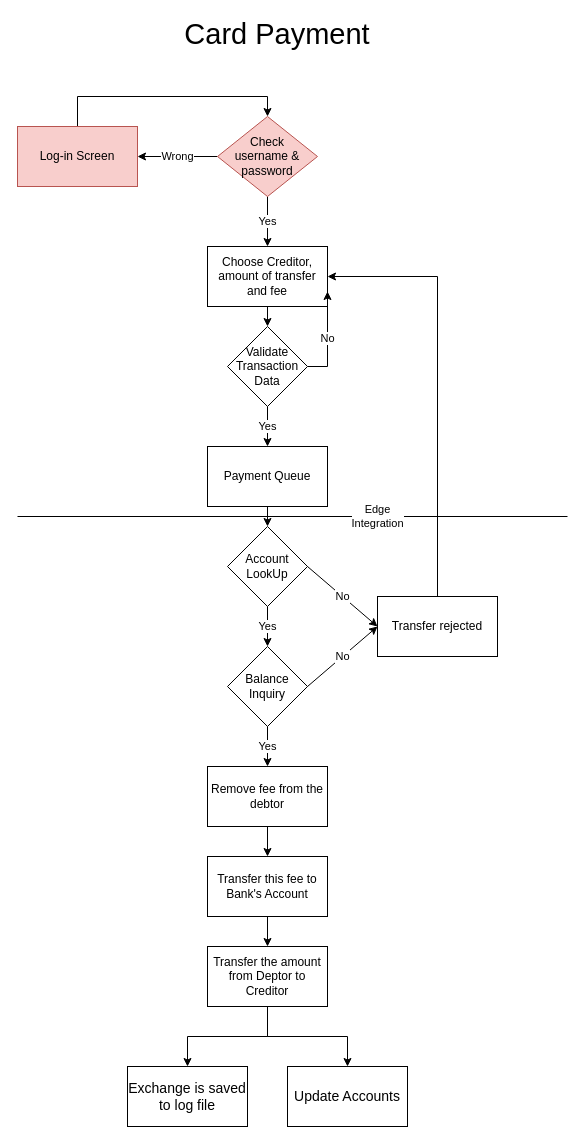
This is page "Payment" (1 of 2) of Fintech-Java-Diagram.drawio from Alexander92j/Fintech-PF7-Team5, a draw.io file, before an edit. Source tidied: cells renumbered, new cells numbered last; positions are measured from the earlier drawing's top-left corner, leaving out a move shared by most shapes. Both pictures are drawn from the tidied source at 100%, with x=0, y=0 at pixel (17, 19).
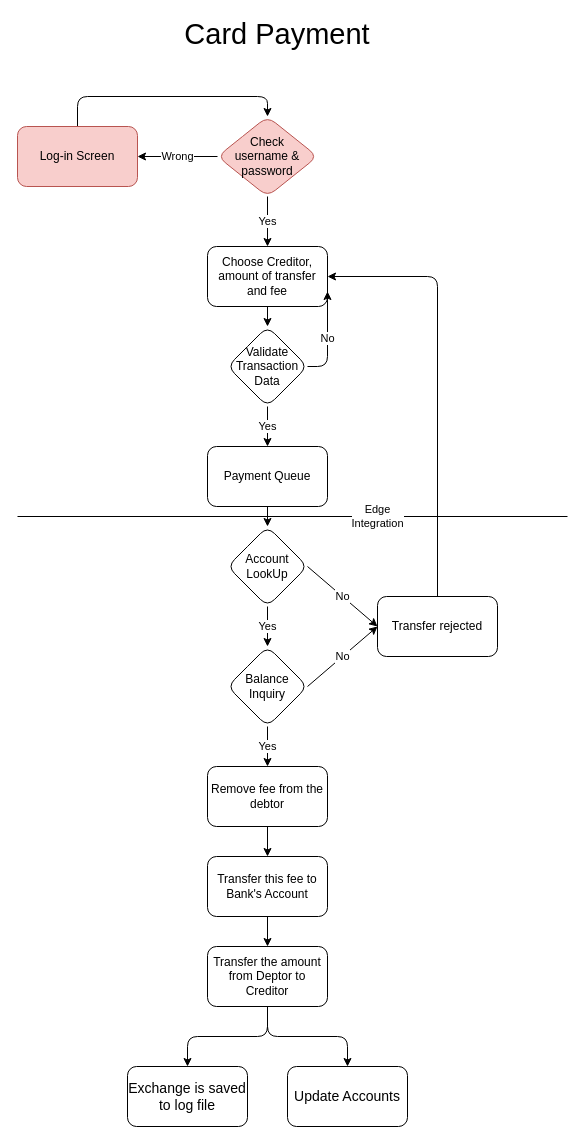
After the change.

Change to the diagram source:
```diff
@@
-    <mxCell id="2" style="edgeStyle=orthogonalEdgeStyle;rounded=0;jettySize=auto;html=1;exitX=0.5;exitY=1;exitDx=0;exitDy=0;entryX=0.5;entryY=0;entryDx=0;entryDy=0;" parent="1" edge="1" source="3" target="24">
+    <mxCell id="2" style="edgeStyle=orthogonalEdgeStyle;rounded=1;jettySize=auto;html=1;exitX=0.5;exitY=1;exitDx=0;exitDy=0;entryX=0.5;entryY=0;entryDx=0;entryDy=0;" parent="1" edge="1" source="3" target="24">
       <mxGeometry relative="1" as="geometry" />
     </mxCell>
-    <mxCell id="3" value="&lt;span style=&quot;font-family: &amp;#34;helvetica&amp;#34;&quot;&gt;Choose Creditor, amount of transfer and fee&lt;/span&gt;" style="rounded=0;whiteSpace=wrap;html=1;" parent="1" vertex="1">
+    <mxCell id="3" value="&lt;span style=&quot;font-family: &amp;#34;helvetica&amp;#34;&quot;&gt;Choose Creditor, amount of transfer and fee&lt;/span&gt;" style="rounded=1;whiteSpace=wrap;html=1;" parent="1" vertex="1">
       <mxGeometry x="190" y="227" width="120" height="60" as="geometry" />
     </mxCell>
-    <mxCell id="4" style="edgeStyle=orthogonalEdgeStyle;rounded=0;jettySize=auto;html=1;" parent="1" edge="1" source="6" target="9">
+    <mxCell id="4" style="edgeStyle=orthogonalEdgeStyle;rounded=1;jettySize=auto;html=1;" parent="1" edge="1" source="6" target="9">
       <mxGeometry relative="1" as="geometry" />
     </mxCell>
-    <mxCell id="5" style="edgeStyle=orthogonalEdgeStyle;rounded=0;jettySize=auto;html=1;" parent="1" edge="1" source="6" target="10">
+    <mxCell id="5" style="edgeStyle=orthogonalEdgeStyle;rounded=1;jettySize=auto;html=1;" parent="1" edge="1" source="6" target="10">
       <mxGeometry relative="1" as="geometry" />
     </mxCell>
-    <mxCell id="6" value="Transfer the amount from Deptor to Creditor" style="whiteSpace=wrap;html=1;" parent="1" vertex="1">
+    <mxCell id="6" value="Transfer the amount from Deptor to Creditor" style="whiteSpace=wrap;html=1;rounded=1;" parent="1" vertex="1">
       <mxGeometry x="190" y="927" width="120" height="60" as="geometry" />
     </mxCell>
-    <mxCell id="7" style="edgeStyle=orthogonalEdgeStyle;rounded=0;jettySize=auto;html=1;exitX=0.5;exitY=0;exitDx=0;exitDy=0;entryX=1;entryY=0.5;entryDx=0;entryDy=0;" parent="1" edge="1" source="8" target="3">
+    <mxCell id="7" style="edgeStyle=orthogonalEdgeStyle;rounded=1;jettySize=auto;html=1;exitX=0.5;exitY=0;exitDx=0;exitDy=0;entryX=1;entryY=0.5;entryDx=0;entryDy=0;" parent="1" edge="1" source="8" target="3">
       <mxGeometry relative="1" as="geometry" />
     </mxCell>
-    <mxCell id="8" value="Transfer rejected" style="whiteSpace=wrap;html=1;" parent="1" vertex="1">
+    <mxCell id="8" value="Transfer rejected" style="whiteSpace=wrap;html=1;rounded=1;" parent="1" vertex="1">
       <mxGeometry x="360" y="577" width="120" height="60" as="geometry" />
     </mxCell>
-    <mxCell id="9" value="&lt;font style=&quot;font-size: 14px&quot;&gt;&lt;span style=&quot;font-family: &amp;#34;arial&amp;#34; ; color: rgb(0 , 0 , 0) ; background-color: transparent ; font-style: normal ; font-variant: normal ; text-decoration: none ; vertical-align: baseline&quot;&gt;Exchange is saved to log file&lt;/span&gt;&lt;/font&gt;" style="whiteSpace=wrap;html=1;" parent="1" vertex="1">
+    <mxCell id="9" value="&lt;font style=&quot;font-size: 14px&quot;&gt;&lt;span style=&quot;font-family: &amp;#34;arial&amp;#34; ; color: rgb(0 , 0 , 0) ; background-color: transparent ; font-style: normal ; font-variant: normal ; text-decoration: none ; vertical-align: baseline&quot;&gt;Exchange is saved to log file&lt;/span&gt;&lt;/font&gt;" style="whiteSpace=wrap;html=1;rounded=1;" parent="1" vertex="1">
       <mxGeometry x="110" y="1047" width="120" height="60" as="geometry" />
     </mxCell>
-    <mxCell id="10" value="&lt;font style=&quot;font-size: 14px&quot;&gt;Update Accounts&lt;/font&gt;" style="whiteSpace=wrap;html=1;" parent="1" vertex="1">
+    <mxCell id="10" value="&lt;font style=&quot;font-size: 14px&quot;&gt;Update Accounts&lt;/font&gt;" style="whiteSpace=wrap;html=1;rounded=1;" parent="1" vertex="1">
       <mxGeometry x="270" y="1047" width="120" height="60" as="geometry" />
     </mxCell>
-    <mxCell id="11" value="Payment Queue" style="whiteSpace=wrap;html=1;rounded=0;" parent="1" vertex="1">
+    <mxCell id="11" value="Payment Queue" style="whiteSpace=wrap;html=1;rounded=1;" parent="1" vertex="1">
       <mxGeometry x="190" y="427" width="120" height="60" as="geometry" />
     </mxCell>
-    <mxCell id="12" value="Account LookUp" style="rhombus;whiteSpace=wrap;html=1;" parent="1" vertex="1">
+    <mxCell id="12" value="Account LookUp" style="rhombus;whiteSpace=wrap;html=1;rounded=1;" parent="1" vertex="1">
       <mxGeometry x="210" y="507" width="80" height="80" as="geometry" />
     </mxCell>
-    <mxCell id="13" value="Balance Inquiry" style="rhombus;whiteSpace=wrap;html=1;" parent="1" vertex="1">
+    <mxCell id="13" value="Balance Inquiry" style="rhombus;whiteSpace=wrap;html=1;rounded=1;" parent="1" vertex="1">
       <mxGeometry x="210" y="627" width="80" height="80" as="geometry" />
     </mxCell>
-    <mxCell id="14" value="Remove fee from the debtor" style="whiteSpace=wrap;html=1;" parent="1" vertex="1">
+    <mxCell id="14" value="Remove fee from the debtor" style="whiteSpace=wrap;html=1;rounded=1;" parent="1" vertex="1">
       <mxGeometry x="190" y="747" width="120" height="60" as="geometry" />
     </mxCell>
-    <mxCell id="15" style="endArrow=classic;html=1;rounded=0;exitX=0.5;exitY=1;exitDx=0;exitDy=0;entryX=0.5;entryY=0;entryDx=0;entryDy=0;" parent="1" edge="1" source="11" target="12">
+    <mxCell id="15" style="endArrow=classic;html=1;rounded=1;exitX=0.5;exitY=1;exitDx=0;exitDy=0;entryX=0.5;entryY=0;entryDx=0;entryDy=0;" parent="1" edge="1" source="11" target="12">
       <mxGeometry relative="1" as="geometry" />
     </mxCell>
-    <mxCell id="16" value="No" style="endArrow=classic;html=1;rounded=0;exitX=1;exitY=0.5;exitDx=0;exitDy=0;entryX=0;entryY=0.5;entryDx=0;entryDy=0;" parent="1" edge="1" source="12" target="8">
+    <mxCell id="16" value="No" style="endArrow=classic;html=1;rounded=1;exitX=1;exitY=0.5;exitDx=0;exitDy=0;entryX=0;entryY=0.5;entryDx=0;entryDy=0;" parent="1" edge="1" source="12" target="8">
       <mxGeometry relative="1" as="geometry" />
     </mxCell>
-    <mxCell id="17" value="Yes" style="endArrow=classic;html=1;rounded=0;exitX=0.5;exitY=1;exitDx=0;exitDy=0;" parent="1" edge="1" source="12" target="13">
+    <mxCell id="17" value="Yes" style="endArrow=classic;html=1;rounded=1;exitX=0.5;exitY=1;exitDx=0;exitDy=0;" parent="1" edge="1" source="12" target="13">
       <mxGeometry relative="1" as="geometry" />
     </mxCell>
-    <mxCell id="18" value="No" style="endArrow=classic;html=1;rounded=0;exitX=1;exitY=0.5;exitDx=0;exitDy=0;entryX=0;entryY=0.5;entryDx=0;entryDy=0;" parent="1" edge="1" source="13" target="8">
+    <mxCell id="18" value="No" style="endArrow=classic;html=1;rounded=1;exitX=1;exitY=0.5;exitDx=0;exitDy=0;entryX=0;entryY=0.5;entryDx=0;entryDy=0;" parent="1" edge="1" source="13" target="8">
       <mxGeometry relative="1" as="geometry" />
     </mxCell>
-    <mxCell id="19" value="Yes" style="endArrow=classic;html=1;rounded=0;exitX=0.5;exitY=1;exitDx=0;exitDy=0;" parent="1" edge="1" source="13" target="14">
+    <mxCell id="19" value="Yes" style="endArrow=classic;html=1;rounded=1;exitX=0.5;exitY=1;exitDx=0;exitDy=0;" parent="1" edge="1" source="13" target="14">
       <mxGeometry relative="1" as="geometry" />
     </mxCell>
-    <mxCell id="20" style="edgeStyle=orthogonalEdgeStyle;rounded=0;jettySize=auto;html=1;exitX=0.5;exitY=1;exitDx=0;exitDy=0;entryX=0.5;entryY=0;entryDx=0;entryDy=0;" parent="1" edge="1" source="21" target="6">
+    <mxCell id="20" style="edgeStyle=orthogonalEdgeStyle;rounded=1;jettySize=auto;html=1;exitX=0.5;exitY=1;exitDx=0;exitDy=0;entryX=0.5;entryY=0;entryDx=0;entryDy=0;" parent="1" edge="1" source="21" target="6">
       <mxGeometry relative="1" as="geometry" />
     </mxCell>
-    <mxCell id="21" value="Transfer this fee to Bank's Account" style="whiteSpace=wrap;html=1;" parent="1" vertex="1">
+    <mxCell id="21" value="Transfer this fee to Bank's Account" style="whiteSpace=wrap;html=1;rounded=1;" parent="1" vertex="1">
       <mxGeometry x="190" y="837" width="120" height="60" as="geometry" />
     </mxCell>
-    <mxCell id="22" style="endArrow=classic;html=1;rounded=0;entryX=0.5;entryY=0;entryDx=0;entryDy=0;exitX=0.5;exitY=1;exitDx=0;exitDy=0;" parent="1" edge="1" source="14" target="21">
+    <mxCell id="22" style="endArrow=classic;html=1;rounded=1;entryX=0.5;entryY=0;entryDx=0;entryDy=0;exitX=0.5;exitY=1;exitDx=0;exitDy=0;" parent="1" edge="1" source="14" target="21">
       <mxGeometry relative="1" as="geometry" />
     </mxCell>
-    <mxCell id="23" value="No" style="edgeStyle=orthogonalEdgeStyle;rounded=0;jettySize=auto;html=1;exitX=1;exitY=0.5;exitDx=0;exitDy=0;entryX=1;entryY=0.75;entryDx=0;entryDy=0;" parent="1" edge="1" source="24" target="3">
+    <mxCell id="23" value="No" style="edgeStyle=orthogonalEdgeStyle;rounded=1;jettySize=auto;html=1;exitX=1;exitY=0.5;exitDx=0;exitDy=0;entryX=1;entryY=0.75;entryDx=0;entryDy=0;" parent="1" edge="1" source="24" target="3">
       <mxGeometry relative="1" as="geometry" />
     </mxCell>
-    <mxCell id="24" value="Validate Transaction Data" style="rhombus;whiteSpace=wrap;html=1;" parent="1" vertex="1">
+    <mxCell id="24" value="Validate Transaction Data" style="rhombus;whiteSpace=wrap;html=1;rounded=1;" parent="1" vertex="1">
       <mxGeometry x="210" y="307" width="80" height="80" as="geometry" />
     </mxCell>
-    <mxCell id="25" value="Yes" style="endArrow=classic;html=1;rounded=0;exitX=0.5;exitY=1;exitDx=0;exitDy=0;entryX=0.5;entryY=0;entryDx=0;entryDy=0;" parent="1" edge="1" source="24" target="11">
+    <mxCell id="25" value="Yes" style="endArrow=classic;html=1;rounded=1;exitX=0.5;exitY=1;exitDx=0;exitDy=0;entryX=0.5;entryY=0;entryDx=0;entryDy=0;" parent="1" edge="1" source="24" target="11">
       <mxGeometry relative="1" as="geometry" />
     </mxCell>
-    <mxCell id="26" value="Wrong" style="edgeStyle=orthogonalEdgeStyle;rounded=0;jettySize=auto;html=1;exitX=0;exitY=0.5;exitDx=0;exitDy=0;entryX=1;entryY=0.5;entryDx=0;entryDy=0;" parent="1" edge="1" source="28" target="30">
+    <mxCell id="26" value="Wrong" style="edgeStyle=orthogonalEdgeStyle;rounded=1;jettySize=auto;html=1;exitX=0;exitY=0.5;exitDx=0;exitDy=0;entryX=1;entryY=0.5;entryDx=0;entryDy=0;" parent="1" edge="1" source="28" target="30">
       <mxGeometry relative="1" as="geometry" />
     </mxCell>
-    <mxCell id="27" value="Yes" style="edgeStyle=orthogonalEdgeStyle;rounded=0;jettySize=auto;html=1;exitX=0.5;exitY=1;exitDx=0;exitDy=0;entryX=0.5;entryY=0;entryDx=0;entryDy=0;" parent="1" edge="1" source="28" target="3">
+    <mxCell id="27" value="Yes" style="edgeStyle=orthogonalEdgeStyle;rounded=1;jettySize=auto;html=1;exitX=0.5;exitY=1;exitDx=0;exitDy=0;entryX=0.5;entryY=0;entryDx=0;entryDy=0;" parent="1" edge="1" source="28" target="3">
       <mxGeometry relative="1" as="geometry" />
     </mxCell>
-    <mxCell id="28" value="Check&lt;br&gt;username &amp;amp; password" style="rhombus;whiteSpace=wrap;html=1;fillColor=#f8cecc;strokeColor=#b85450;" parent="1" vertex="1">
+    <mxCell id="28" value="Check&lt;br&gt;username &amp;amp; password" style="rhombus;whiteSpace=wrap;html=1;fillColor=#f8cecc;strokeColor=#b85450;rounded=1;" parent="1" vertex="1">
       <mxGeometry x="200" y="97" width="100" height="80" as="geometry" />
     </mxCell>
-    <mxCell id="29" style="edgeStyle=orthogonalEdgeStyle;rounded=0;jettySize=auto;html=1;exitX=0.5;exitY=0;exitDx=0;exitDy=0;entryX=0.5;entryY=0;entryDx=0;entryDy=0;" parent="1" edge="1" source="30" target="28">
+    <mxCell id="29" style="edgeStyle=orthogonalEdgeStyle;rounded=1;jettySize=auto;html=1;exitX=0.5;exitY=0;exitDx=0;exitDy=0;entryX=0.5;entryY=0;entryDx=0;entryDy=0;" parent="1" edge="1" source="30" target="28">
       <mxGeometry relative="1" as="geometry" />
     </mxCell>
-    <mxCell id="30" value="Log-in Screen" style="rounded=0;whiteSpace=wrap;html=1;fillColor=#f8cecc;strokeColor=#b85450;" parent="1" vertex="1">
+    <mxCell id="30" value="Log-in Screen" style="rounded=1;whiteSpace=wrap;html=1;fillColor=#f8cecc;strokeColor=#b85450;" parent="1" vertex="1">
       <mxGeometry y="107" width="120" height="60" as="geometry" />
     </mxCell>
-    <mxCell id="31" value="Edge&lt;br&gt;Integration" style="endArrow=none;html=1;rounded=0;" parent="1" edge="1">
+    <mxCell id="31" value="Edge&lt;br&gt;Integration" style="endArrow=none;html=1;rounded=1;" parent="1" edge="1">
       <mxGeometry x="0.31" relative="1" as="geometry">
         <mxPoint y="497" as="sourcePoint" />
         <mxPoint x="550" y="497" as="targetPoint" />
       </mxGeometry>
     </mxCell>
-    <mxCell id="32" value="&lt;font style=&quot;font-size: 29px&quot;&gt;Card Payment&lt;/font&gt;" style="text;html=1;strokeColor=none;fillColor=none;align=center;verticalAlign=middle;whiteSpace=wrap;rounded=0;" parent="1" vertex="1">
+    <mxCell id="32" value="&lt;font style=&quot;font-size: 29px&quot;&gt;Card Payment&lt;/font&gt;" style="text;html=1;strokeColor=none;fillColor=none;align=center;verticalAlign=middle;whiteSpace=wrap;rounded=1;" parent="1" vertex="1">
       <mxGeometry x="125" width="270" height="30" as="geometry" />
     </mxCell>
```
